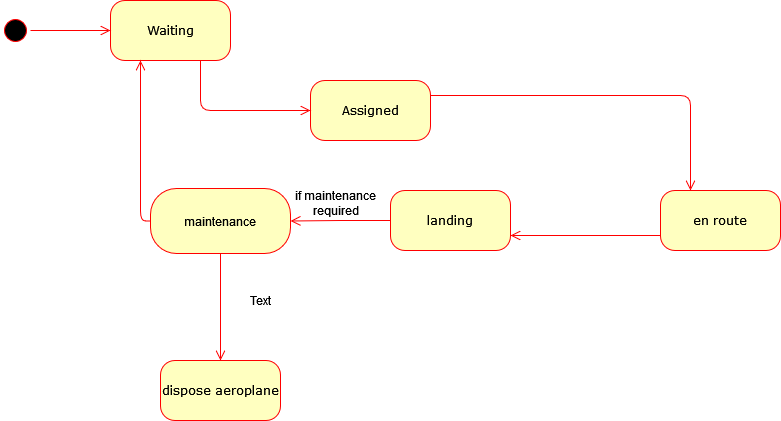
This is Flight-State-Diagram.png from manas-droid/HDFC_TEST, a draw.io export, as it was before one commit. Source tidied: cells renumbered, new cells last; positions are measured from the earlier drawing's top-left corner, leaving out a move shared by most shapes.
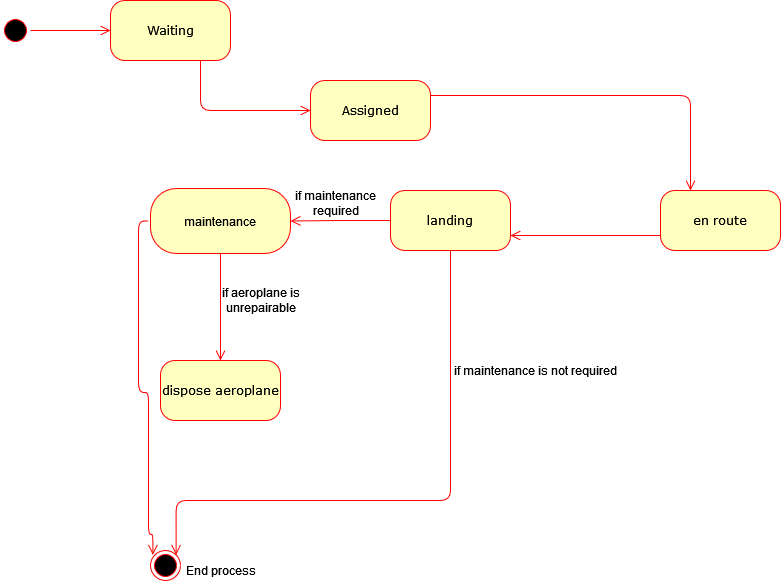
After the change.

Change to the diagram source:
```diff
@@ -44,8 +44,17 @@
         <mxPoint x="220" y="360" as="targetPoint" />
       </mxGeometry>
     </mxCell>
-    <mxCell id="14" style="edgeStyle=orthogonalEdgeStyle;html=1;labelBackgroundColor=none;endArrow=open;endSize=8;strokeColor=#ff0000;fontFamily=Verdana;fontSize=12;align=left;entryX=0.25;entryY=1;entryDx=0;entryDy=0;exitX=0;exitY=0.5;exitDx=0;exitDy=0;" parent="1" edge="1" source="11" target="3">
-      <mxGeometry relative="1" as="geometry" />
+    <mxCell id="14" style="edgeStyle=orthogonalEdgeStyle;html=1;labelBackgroundColor=none;endArrow=open;endSize=8;strokeColor=#ff0000;fontFamily=Verdana;fontSize=12;align=left;entryX=0;entryY=0;entryDx=0;entryDy=0;exitX=0;exitY=0.5;exitDx=0;exitDy=0;" parent="1" edge="1">
+      <mxGeometry relative="1" as="geometry">
+        <mxPoint x="148" y="220.5" as="sourcePoint" />
+        <mxPoint x="152.4" y="554.4" as="targetPoint" />
+        <Array as="points">
+          <mxPoint x="138" y="221" />
+          <mxPoint x="138" y="392" />
+          <mxPoint x="148" y="392" />
+          <mxPoint x="148" y="534" />
+        </Array>
+      </mxGeometry>
     </mxCell>
     <mxCell id="15" value="dispose aeroplane" style="rounded=1;whiteSpace=wrap;html=1;arcSize=24;fillColor=#ffffc0;strokeColor=#ff0000;shadow=0;comic=0;labelBackgroundColor=none;fontFamily=Verdana;fontSize=12;fontColor=#000000;align=center;" parent="1" vertex="1">
       <mxGeometry x="160" y="360" width="120" height="60" as="geometry" />
@@ -53,8 +62,25 @@
     <mxCell id="16" value="&lt;div&gt;if maintenance &lt;br&gt;&lt;/div&gt;&lt;div&gt;required&lt;/div&gt;" style="text;html=1;align=center;verticalAlign=middle;strokeColor=none;fillColor=none;" parent="1" vertex="1">
       <mxGeometry x="290" y="188" width="90" height="30" as="geometry" />
     </mxCell>
-    <mxCell id="17" value="Text" style="text;html=1;align=center;verticalAlign=middle;strokeColor=none;fillColor=none;" parent="1" vertex="1">
-      <mxGeometry x="240" y="290" width="40" height="20" as="geometry" />
+    <mxCell id="17" value="&lt;div&gt;if aeroplane is &lt;br&gt;&lt;/div&gt;&lt;div&gt;unrepairable&lt;/div&gt;" style="text;html=1;align=center;verticalAlign=middle;strokeColor=none;fillColor=none;" parent="1" vertex="1">
+      <mxGeometry x="215" y="285" width="90" height="30" as="geometry" />
     </mxCell>
+    <mxCell id="18" style="edgeStyle=orthogonalEdgeStyle;html=1;labelBackgroundColor=none;endArrow=open;endSize=8;strokeColor=#ff0000;fontFamily=Verdana;fontSize=12;align=left;exitX=0.5;exitY=1;exitDx=0;exitDy=0;entryX=1;entryY=0;entryDx=0;entryDy=0;" parent="1" edge="1" source="8" target="20">
+      <mxGeometry relative="1" as="geometry">
+        <Array as="points">
+          <mxPoint x="450" y="500" />
+          <mxPoint x="176" y="500" />
+        </Array>
+      </mxGeometry>
+    </mxCell>
+    <mxCell id="19" value="if maintenance is not required" style="text;html=1;align=center;verticalAlign=middle;strokeColor=none;fillColor=none;" parent="1" vertex="1">
+      <mxGeometry x="450" y="360" width="170" height="20" as="geometry" />
+    </mxCell>
+    <mxCell id="20" style="ellipse;html=1;shape=endState;fillColor=#000000;strokeColor=#ff0000;" parent="1" vertex="1">
+      <mxGeometry x="150" y="550" width="30" height="30" as="geometry" />
+    </mxCell>
+    <mxCell id="21" value="End process" style="text;html=1;align=center;verticalAlign=middle;strokeColor=none;fillColor=none;" parent="1" vertex="1">
+      <mxGeometry x="180" y="560" width="80" height="20" as="geometry" />
+    </mxCell>
   </root>
 </mxGraphModel>
```
